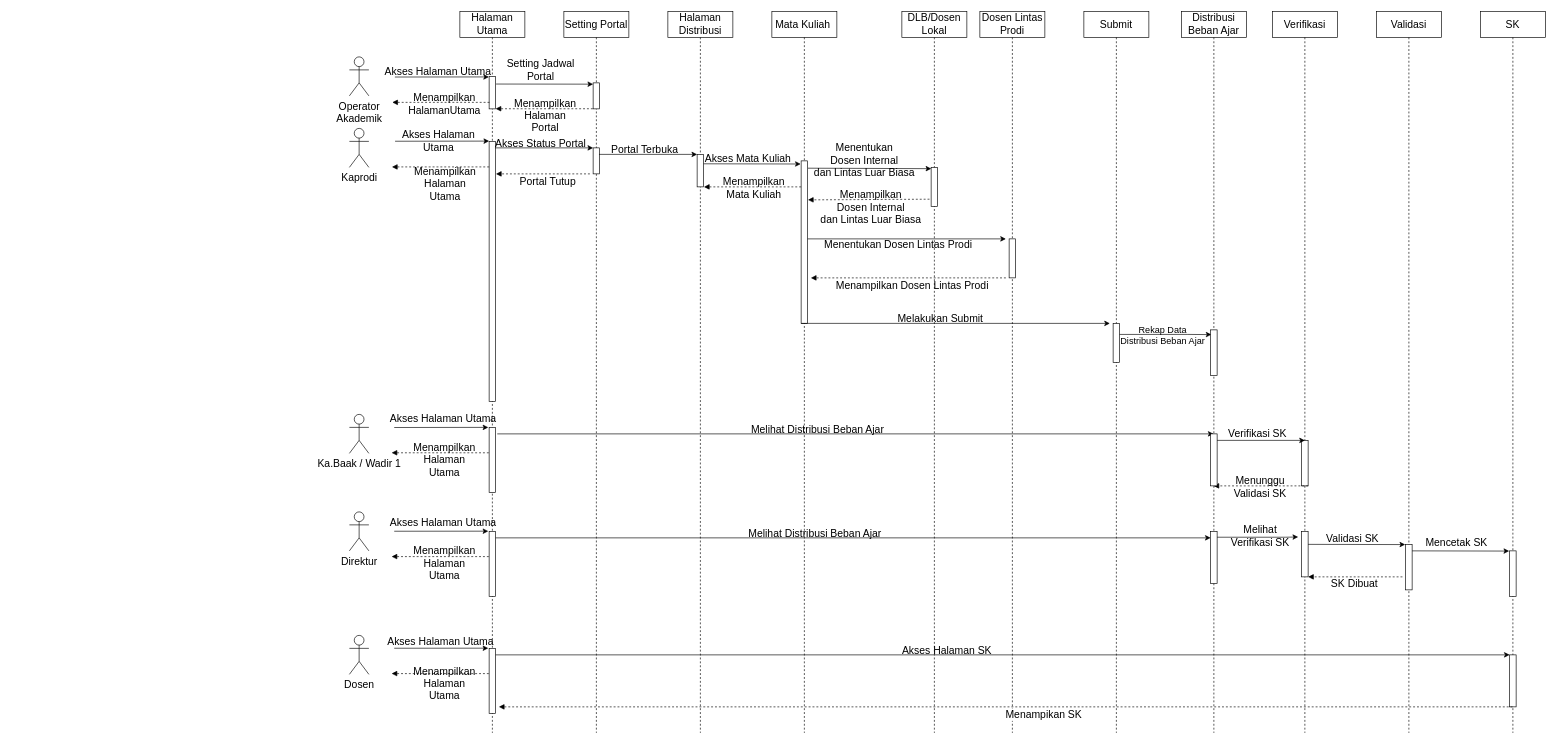
This is page "Sequence" (4 of 4) of draw.io/UML-Distribusi.drawio from ributwiboworahayu/laporan-TA, a draw.io file, before an edit. Source tidied: cells renumbered, new cells numbered last; positions are measured from the earlier drawing's top-left corner, leaving out a move shared by most shapes. Both pictures are drawn from the tidied source at 65%, with x=0, y=0 at pixel (349, 11).
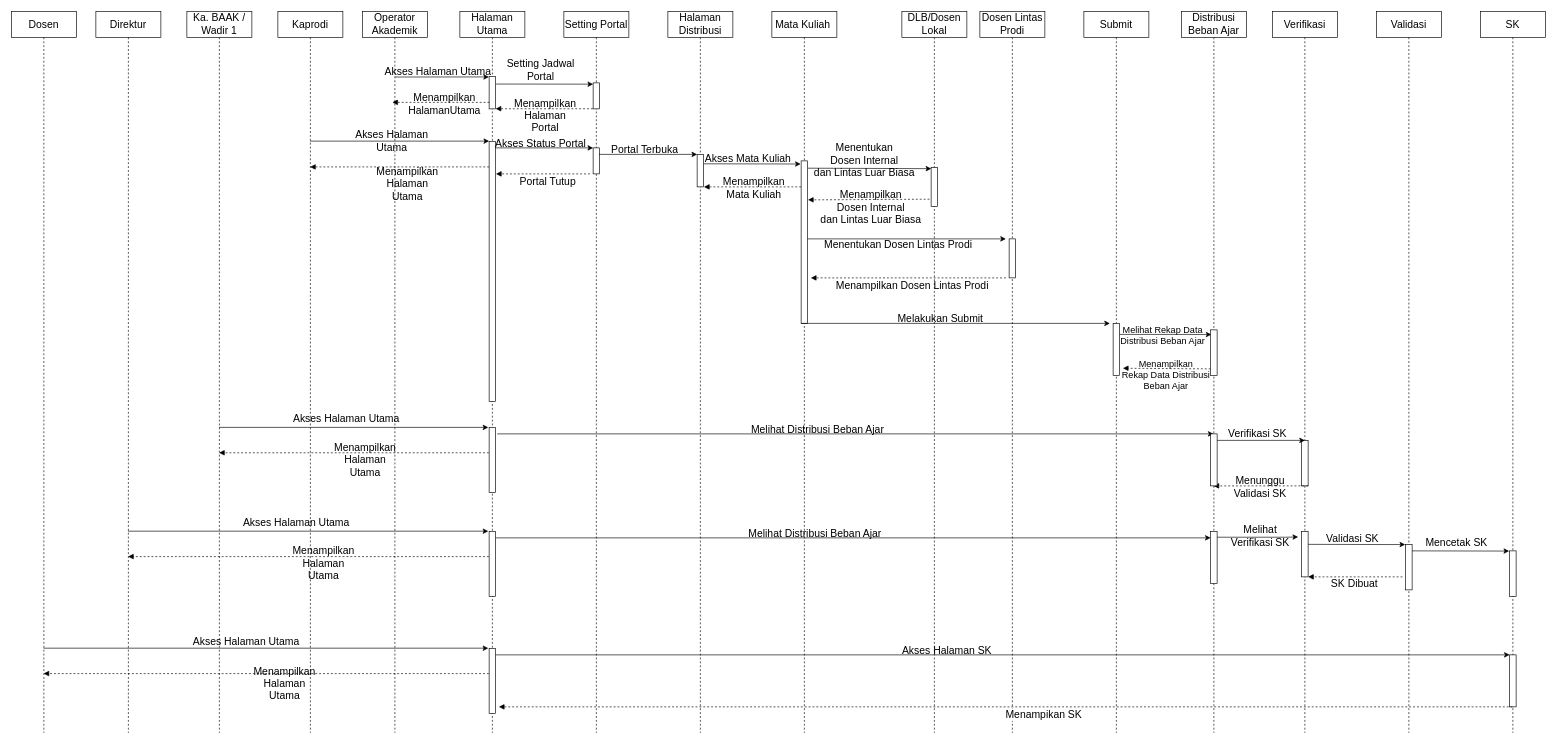
Above is the later version.

The change refers to these unchanged cells:
```xml
<mxCell id="2" value="Halaman Utama" style="shape=umlLifeline;perimeter=lifelinePerimeter;whiteSpace=wrap;html=1;outlineConnect=0;fontSize=16;" parent="1" vertex="1">
  <mxGeometry x="170" width="100" height="1110" as="geometry" />
</mxCell>
<mxCell id="23" style="edgeStyle=orthogonalEdgeStyle;rounded=0;jettySize=auto;html=1;labelBackgroundColor=none;fontSize=14;fontColor=#000000;entryX=0.125;entryY=0.104;entryDx=0;entryDy=0;entryPerimeter=0;" parent="1" edge="1" source="25" target="96">
  <mxGeometry relative="1" as="geometry">
    <Array as="points">
      <mxPoint x="1290" y="497" />
      <mxPoint x="1290" y="497" />
    </Array>
  </mxGeometry>
</mxCell>
<mxCell id="25" value="Submit" style="shape=umlLifeline;perimeter=lifelinePerimeter;whiteSpace=wrap;html=1;outlineConnect=0;fontSize=16;" parent="1" vertex="1">
  <mxGeometry x="1130" width="100" height="1110" as="geometry" />
</mxCell>
```

Change to the diagram source:
```diff
@@
-    <mxCell id="5" style="endArrow=classic;html=1;rounded=0;entryX=-0.027;entryY=0.017;entryDx=0;entryDy=0;entryPerimeter=0;fontSize=16;" parent="2" edge="1">
+    <mxCell id="5" style="endArrow=classic;html=1;rounded=0;entryX=-0.027;entryY=0.017;entryDx=0;entryDy=0;entryPerimeter=0;fontSize=16;" parent="2" edge="1" source="42">
       <mxGeometry relative="1" as="geometry">
-        <mxPoint x="-99.7" y="199.8" as="sourcePoint" />
         <mxPoint x="45" y="199.6" as="targetPoint" />
       </mxGeometry>
     </mxCell>
@@
-    <mxCell id="24" value="Rekap Data&lt;br&gt;Distribusi Beban Ajar" style="edgeLabel;html=1;align=center;verticalAlign=middle;fontSize=14;fontColor=#000000;labelBackgroundColor=none;" parent="23" vertex="1">
+    <mxCell id="24" value="Melihat Rekap Data&lt;br&gt;Distribusi Beban Ajar" style="edgeLabel;html=1;align=center;verticalAlign=middle;fontSize=14;fontColor=#000000;labelBackgroundColor=none;" parent="23" vertex="1">
       <mxGeometry x="0.28" relative="1" as="geometry">
         <mxPoint x="-23" as="offset" />
       </mxGeometry>
     </mxCell>
@@
+    <mxCell id="104" style="html=1;verticalAlign=bottom;labelBackgroundColor=none;endArrow=block;endFill=1;dashed=1;rounded=0;fontSize=16;entryX=1.5;entryY=0.863;entryDx=0;entryDy=0;entryPerimeter=0;" parent="25" edge="1" target="61">
+      <mxGeometry relative="1" as="geometry">
+        <mxPoint x="195" y="550" as="sourcePoint" />
+      </mxGeometry>
+    </mxCell>
+    <mxCell id="105" value="Menampilkan&lt;br&gt;Rekap Data Distribusi&lt;br&gt;Beban Ajar" style="edgeLabel;html=1;align=center;verticalAlign=middle;fontSize=14;labelBackgroundColor=none;" parent="104" vertex="1">
+      <mxGeometry x="-0.08" y="1" relative="1" as="geometry">
+        <mxPoint x="-7" y="9" as="offset" />
+      </mxGeometry>
+    </mxCell>
@@
-    <mxCell id="33" value="Operator&lt;br&gt;Akademik" style="shape=umlActor;verticalLabelPosition=bottom;verticalAlign=top;html=1;fontSize=16;" parent="1" vertex="1">
-      <mxGeometry y="70" width="30" height="60" as="geometry" />
-    </mxCell>
@@
-    <mxCell id="42" value="Kaprodi" style="shape=umlActor;verticalLabelPosition=bottom;verticalAlign=top;html=1;outlineConnect=0;fontSize=16;" parent="1" vertex="1">
-      <mxGeometry y="180" width="30" height="60" as="geometry" />
-    </mxCell>
-    <mxCell id="43" style="html=1;verticalAlign=bottom;labelBackgroundColor=none;endArrow=block;endFill=1;dashed=1;rounded=0;fontSize=16;" parent="1" edge="1">
+    <mxCell id="43" style="html=1;verticalAlign=bottom;labelBackgroundColor=none;endArrow=block;endFill=1;dashed=1;rounded=0;fontSize=16;" parent="1" edge="1" target="42">
       <mxGeometry relative="1" as="geometry">
         <mxPoint x="215" y="239.3" as="sourcePoint" />
-        <mxPoint x="65.5" y="239.3" as="targetPoint" />
       </mxGeometry>
     </mxCell>
@@
     <mxCell id="61" style="html=1;points=[];perimeter=orthogonalPerimeter;fontSize=16;" parent="1" vertex="1">
-      <mxGeometry x="1175" y="480" width="10" height="60" as="geometry" />
+      <mxGeometry x="1175" y="480" width="10" height="80" as="geometry" />
     </mxCell>
@@
-    <mxCell id="64" value="Ka.Baak / Wadir 1" style="shape=umlActor;verticalLabelPosition=bottom;verticalAlign=top;html=1;fontSize=16;" parent="1" vertex="1">
-      <mxGeometry y="620" width="30" height="60" as="geometry" />
-    </mxCell>
@@
-    <mxCell id="76" style="endArrow=classic;html=1;rounded=0;entryX=-0.027;entryY=0.017;entryDx=0;entryDy=0;entryPerimeter=0;fontSize=16;" parent="1" edge="1">
+    <mxCell id="76" style="endArrow=classic;html=1;rounded=0;entryX=-0.027;entryY=0.017;entryDx=0;entryDy=0;entryPerimeter=0;fontSize=16;" parent="1" edge="1" source="81">
       <mxGeometry relative="1" as="geometry">
-        <mxPoint x="69" y="799.8" as="sourcePoint" />
         <mxPoint x="213.7" y="799.7" as="targetPoint" />
       </mxGeometry>
     </mxCell>
@@
-    <mxCell id="78" style="html=1;verticalAlign=bottom;labelBackgroundColor=none;endArrow=block;endFill=1;dashed=1;rounded=0;fontSize=16;" parent="1" edge="1">
+    <mxCell id="78" style="html=1;verticalAlign=bottom;labelBackgroundColor=none;endArrow=block;endFill=1;dashed=1;rounded=0;fontSize=16;" parent="1" edge="1" target="81">
       <mxGeometry relative="1" as="geometry">
         <mxPoint x="214.5" y="838.8" as="sourcePoint" />
-        <mxPoint x="65" y="838.8" as="targetPoint" />
       </mxGeometry>
     </mxCell>
@@
-    <mxCell id="81" value="Direktur" style="shape=umlActor;verticalLabelPosition=bottom;verticalAlign=top;html=1;outlineConnect=0;fontSize=16;" parent="1" vertex="1">
-      <mxGeometry y="770" width="30" height="60" as="geometry" />
-    </mxCell>
-    <mxCell id="82" style="endArrow=classic;html=1;rounded=0;entryX=-0.027;entryY=0.017;entryDx=0;entryDy=0;entryPerimeter=0;fontSize=16;" parent="1" edge="1">
+    <mxCell id="82" style="endArrow=classic;html=1;rounded=0;entryX=-0.027;entryY=0.017;entryDx=0;entryDy=0;entryPerimeter=0;fontSize=16;" parent="1" edge="1" source="87">
       <mxGeometry relative="1" as="geometry">
-        <mxPoint x="69" y="979.8" as="sourcePoint" />
         <mxPoint x="213.7" y="979.7" as="targetPoint" />
       </mxGeometry>
     </mxCell>
@@
-    <mxCell id="84" style="html=1;verticalAlign=bottom;labelBackgroundColor=none;endArrow=block;endFill=1;dashed=1;rounded=0;fontSize=16;" parent="1" edge="1">
+    <mxCell id="84" style="html=1;verticalAlign=bottom;labelBackgroundColor=none;endArrow=block;endFill=1;dashed=1;rounded=0;fontSize=16;" parent="1" edge="1" target="87">
       <mxGeometry relative="1" as="geometry">
         <mxPoint x="214.5" y="1018.8" as="sourcePoint" />
-        <mxPoint x="65" y="1018.8" as="targetPoint" />
       </mxGeometry>
     </mxCell>
@@
-    <mxCell id="87" value="Dosen" style="shape=umlActor;verticalLabelPosition=bottom;verticalAlign=top;html=1;outlineConnect=0;fontSize=16;" parent="1" vertex="1">
-      <mxGeometry y="960" width="30" height="60" as="geometry" />
-    </mxCell>
@@
-    <mxCell id="90" style="endArrow=classic;html=1;rounded=0;entryX=-0.027;entryY=0.017;entryDx=0;entryDy=0;entryPerimeter=0;fontSize=16;" parent="1" edge="1">
+    <mxCell id="90" style="endArrow=classic;html=1;rounded=0;entryX=-0.027;entryY=0.017;entryDx=0;entryDy=0;entryPerimeter=0;fontSize=16;" parent="1" edge="1" source="106">
       <mxGeometry relative="1" as="geometry">
-        <mxPoint x="69" y="640.2" as="sourcePoint" />
         <mxPoint x="213.7" y="640" as="targetPoint" />
       </mxGeometry>
     </mxCell>
@@
-    <mxCell id="92" style="html=1;verticalAlign=bottom;labelBackgroundColor=none;endArrow=block;endFill=1;dashed=1;rounded=0;fontSize=16;" parent="1" edge="1">
+    <mxCell id="92" style="html=1;verticalAlign=bottom;labelBackgroundColor=none;endArrow=block;endFill=1;dashed=1;rounded=0;fontSize=16;" parent="1" edge="1" target="106">
       <mxGeometry relative="1" as="geometry">
         <mxPoint x="214.5" y="679.1" as="sourcePoint" />
-        <mxPoint x="65" y="679.1" as="targetPoint" />
       </mxGeometry>
     </mxCell>
@@
+    <mxCell id="33" value="Operator Akademik" style="shape=umlLifeline;perimeter=lifelinePerimeter;whiteSpace=wrap;html=1;fontSize=16;" parent="1" vertex="1">
+      <mxGeometry x="20" width="100" height="1110" as="geometry" />
+    </mxCell>
+    <mxCell id="42" value="Kaprodi" style="shape=umlLifeline;perimeter=lifelinePerimeter;whiteSpace=wrap;html=1;outlineConnect=0;fontSize=16;" parent="1" vertex="1">
+      <mxGeometry x="-110" width="100" height="1110" as="geometry" />
+    </mxCell>
+    <mxCell id="106" value="Ka. BAAK /&lt;br&gt;Wadir 1" style="shape=umlLifeline;perimeter=lifelinePerimeter;whiteSpace=wrap;html=1;outlineConnect=0;fontSize=16;" parent="1" vertex="1">
+      <mxGeometry x="-250" width="100" height="1110" as="geometry" />
+    </mxCell>
+    <mxCell id="81" value="Direktur" style="shape=umlLifeline;perimeter=lifelinePerimeter;whiteSpace=wrap;html=1;outlineConnect=0;fontSize=16;" parent="1" vertex="1">
+      <mxGeometry x="-390" width="100" height="1110" as="geometry" />
+    </mxCell>
+    <mxCell id="87" value="Dosen" style="shape=umlLifeline;perimeter=lifelinePerimeter;whiteSpace=wrap;html=1;outlineConnect=0;fontSize=16;" parent="1" vertex="1">
+      <mxGeometry x="-520" width="100" height="1110" as="geometry" />
+    </mxCell>
```
